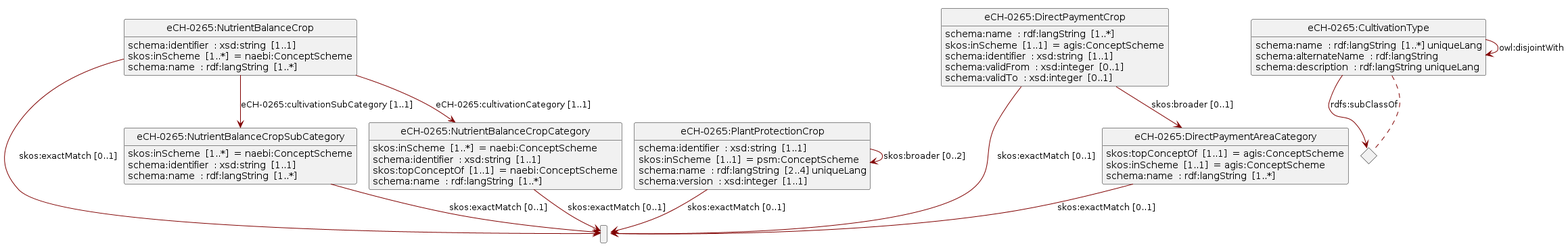
The PlantUML diagram assets/img/uml.png in blw-ofag-ufag/eCH-0265, before a commit. Source of this version:
```plantuml
@startuml
!pragma layout smetana
set namespaceSeparator none
skinparam classFontSize 14
!define LIGHTORANGE
!pragma svgSize <U+1F610> XX
skinparam componentStyle uml2
skinparam wrapMessageWidth 100
skinparam ArrowColor #Maroon
set namespaceSeparator none
Class 7ee7f0170ec778b89d3f421e66439802 as " "
Class "eCH-0265:NutrientBalanceCropSubCategory"
"eCH-0265:NutrientBalanceCropSubCategory" : skos:inScheme  [1..*]  = naebi:ConceptScheme
"eCH-0265:NutrientBalanceCropSubCategory" : schema:identifier  : xsd:string  [1..1]
"eCH-0265:NutrientBalanceCropSubCategory" : schema:name  : rdf:langString  [1..*]
"eCH-0265:NutrientBalanceCropSubCategory" --> "7ee7f0170ec778b89d3f421e66439802" : skos:exactMatch [0..1]
Class "eCH-0265:PlantProtectionCrop"
"eCH-0265:PlantProtectionCrop" : schema:identifier  : xsd:string  [1..1]
"eCH-0265:PlantProtectionCrop" : skos:inScheme  [1..1]  = psm:ConceptScheme
"eCH-0265:PlantProtectionCrop" : schema:name  : rdf:langString  [2..4] uniqueLang
"eCH-0265:PlantProtectionCrop" : schema:version  : xsd:integer  [1..1]
"eCH-0265:PlantProtectionCrop" --> "eCH-0265:PlantProtectionCrop" : skos:broader<U+00A0>[0..2]
"eCH-0265:PlantProtectionCrop" --> "7ee7f0170ec778b89d3f421e66439802" : skos:exactMatch [0..1]
Class "eCH-0265:NutrientBalanceCropCategory"
"eCH-0265:NutrientBalanceCropCategory" : skos:inScheme  [1..*]  = naebi:ConceptScheme
"eCH-0265:NutrientBalanceCropCategory" : schema:identifier  : xsd:string  [1..1]
"eCH-0265:NutrientBalanceCropCategory" : skos:topConceptOf  [1..1]  = naebi:ConceptScheme
"eCH-0265:NutrientBalanceCropCategory" : schema:name  : rdf:langString  [1..*]
"eCH-0265:NutrientBalanceCropCategory" --> "7ee7f0170ec778b89d3f421e66439802" : skos:exactMatch [0..1]
Class "eCH-0265:NutrientBalanceCrop"
"eCH-0265:NutrientBalanceCrop" : schema:identifier  : xsd:string  [1..1]
"eCH-0265:NutrientBalanceCrop" : skos:inScheme  [1..*]  = naebi:ConceptScheme
"eCH-0265:NutrientBalanceCrop" : schema:name  : rdf:langString  [1..*]
"eCH-0265:NutrientBalanceCrop" --> "7ee7f0170ec778b89d3f421e66439802" : skos:exactMatch [0..1]
"eCH-0265:NutrientBalanceCrop" --> "eCH-0265:NutrientBalanceCropSubCategory" : eCH-0265:cultivationSubCategory<U+00A0>[1..1]
"eCH-0265:NutrientBalanceCrop" --> "eCH-0265:NutrientBalanceCropCategory" : eCH-0265:cultivationCategory<U+00A0>[1..1]
Class "eCH-0265:DirectPaymentCrop"
"eCH-0265:DirectPaymentCrop" : schema:name  : rdf:langString  [1..*]
"eCH-0265:DirectPaymentCrop" : skos:inScheme  [1..1]  = agis:ConceptScheme
"eCH-0265:DirectPaymentCrop" : schema:identifier  : xsd:string  [1..1]
"eCH-0265:DirectPaymentCrop" : schema:validFrom  : xsd:integer  [0..1]
"eCH-0265:DirectPaymentCrop" : schema:validTo  : xsd:integer  [0..1]
"eCH-0265:DirectPaymentCrop" --> "eCH-0265:DirectPaymentAreaCategory" : skos:broader<U+00A0>[0..1]
"eCH-0265:DirectPaymentCrop" --> "7ee7f0170ec778b89d3f421e66439802" : skos:exactMatch [0..1]
Class "eCH-0265:CultivationType"
"eCH-0265:CultivationType" : schema:name  : rdf:langString  [1..*] uniqueLang
"eCH-0265:CultivationType" : schema:alternateName  : rdf:langString
"eCH-0265:CultivationType" : schema:description  : rdf:langString uniqueLang
<> diamond_CultivationType_cfbf93d40fede6296ec34bd6cbc6902f
"eCH-0265:CultivationType" --> "diamond_CultivationType_cfbf93d40fede6296ec34bd6cbc6902f" : rdfs:subClassOf
diamond_CultivationType_cfbf93d40fede6296ec34bd6cbc6902f ..  "eCH-0265:CultivationType"
"eCH-0265:CultivationType" --> "eCH-0265:CultivationType" : owl:disjointWith
Class "eCH-0265:DirectPaymentAreaCategory"
"eCH-0265:DirectPaymentAreaCategory" : skos:topConceptOf  [1..1]  = agis:ConceptScheme
"eCH-0265:DirectPaymentAreaCategory" : skos:inScheme  [1..1]  = agis:ConceptScheme
"eCH-0265:DirectPaymentAreaCategory" : schema:name  : rdf:langString  [1..*]
"eCH-0265:DirectPaymentAreaCategory" --> "7ee7f0170ec778b89d3f421e66439802" : skos:exactMatch [0..1]
hide circle
hide empty members
remove @unlinked
@enduml
```
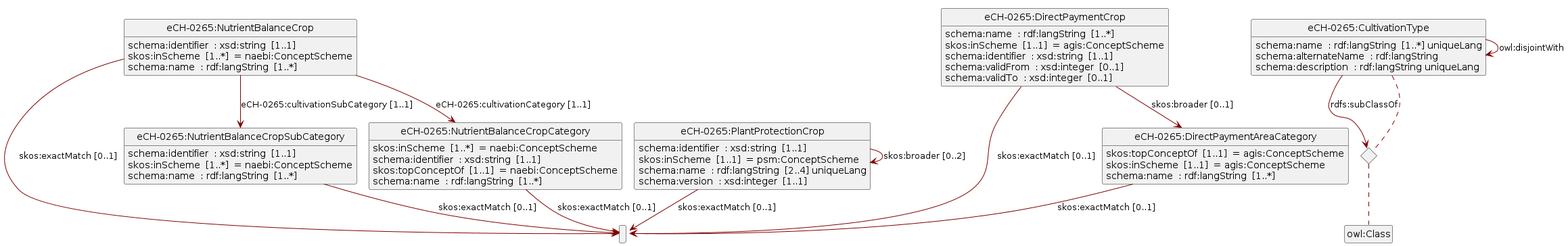
Above is the later version.

What changed in the source:
```diff
@@ -8,30 +8,30 @@
 skinparam wrapMessageWidth 100
 skinparam ArrowColor #Maroon
 set namespaceSeparator none
-Class 7ee7f0170ec778b89d3f421e66439802 as " "
+Class e46d72cff1c13dc3fcd14463f930e110 as " "
 Class "eCH-0265:NutrientBalanceCropSubCategory"
+"eCH-0265:NutrientBalanceCropSubCategory" : schema:identifier  : xsd:string  [1..1]
 "eCH-0265:NutrientBalanceCropSubCategory" : skos:inScheme  [1..*]  = naebi:ConceptScheme
-"eCH-0265:NutrientBalanceCropSubCategory" : schema:identifier  : xsd:string  [1..1]
 "eCH-0265:NutrientBalanceCropSubCategory" : schema:name  : rdf:langString  [1..*]
-"eCH-0265:NutrientBalanceCropSubCategory" --> "7ee7f0170ec778b89d3f421e66439802" : skos:exactMatch [0..1]
+"eCH-0265:NutrientBalanceCropSubCategory" --> "e46d72cff1c13dc3fcd14463f930e110" : skos:exactMatch [0..1]
 Class "eCH-0265:PlantProtectionCrop"
 "eCH-0265:PlantProtectionCrop" : schema:identifier  : xsd:string  [1..1]
 "eCH-0265:PlantProtectionCrop" : skos:inScheme  [1..1]  = psm:ConceptScheme
 "eCH-0265:PlantProtectionCrop" : schema:name  : rdf:langString  [2..4] uniqueLang
 "eCH-0265:PlantProtectionCrop" : schema:version  : xsd:integer  [1..1]
 "eCH-0265:PlantProtectionCrop" --> "eCH-0265:PlantProtectionCrop" : skos:broader<U+00A0>[0..2]
-"eCH-0265:PlantProtectionCrop" --> "7ee7f0170ec778b89d3f421e66439802" : skos:exactMatch [0..1]
+"eCH-0265:PlantProtectionCrop" --> "e46d72cff1c13dc3fcd14463f930e110" : skos:exactMatch [0..1]
 Class "eCH-0265:NutrientBalanceCropCategory"
 "eCH-0265:NutrientBalanceCropCategory" : skos:inScheme  [1..*]  = naebi:ConceptScheme
 "eCH-0265:NutrientBalanceCropCategory" : schema:identifier  : xsd:string  [1..1]
 "eCH-0265:NutrientBalanceCropCategory" : skos:topConceptOf  [1..1]  = naebi:ConceptScheme
 "eCH-0265:NutrientBalanceCropCategory" : schema:name  : rdf:langString  [1..*]
-"eCH-0265:NutrientBalanceCropCategory" --> "7ee7f0170ec778b89d3f421e66439802" : skos:exactMatch [0..1]
+"eCH-0265:NutrientBalanceCropCategory" --> "e46d72cff1c13dc3fcd14463f930e110" : skos:exactMatch [0..1]
 Class "eCH-0265:NutrientBalanceCrop"
 "eCH-0265:NutrientBalanceCrop" : schema:identifier  : xsd:string  [1..1]
 "eCH-0265:NutrientBalanceCrop" : skos:inScheme  [1..*]  = naebi:ConceptScheme
 "eCH-0265:NutrientBalanceCrop" : schema:name  : rdf:langString  [1..*]
-"eCH-0265:NutrientBalanceCrop" --> "7ee7f0170ec778b89d3f421e66439802" : skos:exactMatch [0..1]
+"eCH-0265:NutrientBalanceCrop" --> "e46d72cff1c13dc3fcd14463f930e110" : skos:exactMatch [0..1]
 "eCH-0265:NutrientBalanceCrop" --> "eCH-0265:NutrientBalanceCropSubCategory" : eCH-0265:cultivationSubCategory<U+00A0>[1..1]
 "eCH-0265:NutrientBalanceCrop" --> "eCH-0265:NutrientBalanceCropCategory" : eCH-0265:cultivationCategory<U+00A0>[1..1]
 Class "eCH-0265:DirectPaymentCrop"
@@ -41,20 +41,21 @@
 "eCH-0265:DirectPaymentCrop" : schema:validFrom  : xsd:integer  [0..1]
 "eCH-0265:DirectPaymentCrop" : schema:validTo  : xsd:integer  [0..1]
 "eCH-0265:DirectPaymentCrop" --> "eCH-0265:DirectPaymentAreaCategory" : skos:broader<U+00A0>[0..1]
-"eCH-0265:DirectPaymentCrop" --> "7ee7f0170ec778b89d3f421e66439802" : skos:exactMatch [0..1]
+"eCH-0265:DirectPaymentCrop" --> "e46d72cff1c13dc3fcd14463f930e110" : skos:exactMatch [0..1]
 Class "eCH-0265:CultivationType"
 "eCH-0265:CultivationType" : schema:name  : rdf:langString  [1..*] uniqueLang
 "eCH-0265:CultivationType" : schema:alternateName  : rdf:langString
 "eCH-0265:CultivationType" : schema:description  : rdf:langString uniqueLang
-<> diamond_CultivationType_cfbf93d40fede6296ec34bd6cbc6902f
-"eCH-0265:CultivationType" --> "diamond_CultivationType_cfbf93d40fede6296ec34bd6cbc6902f" : rdfs:subClassOf
-diamond_CultivationType_cfbf93d40fede6296ec34bd6cbc6902f ..  "eCH-0265:CultivationType"
+<> diamond_CultivationType_c96645ef72a3b4b165697c51fa47b37a
+"eCH-0265:CultivationType" --> "diamond_CultivationType_c96645ef72a3b4b165697c51fa47b37a" : rdfs:subClassOf
+diamond_CultivationType_c96645ef72a3b4b165697c51fa47b37a ..  "eCH-0265:CultivationType"
+diamond_CultivationType_c96645ef72a3b4b165697c51fa47b37a ..  "owl:Class"
 "eCH-0265:CultivationType" --> "eCH-0265:CultivationType" : owl:disjointWith
 Class "eCH-0265:DirectPaymentAreaCategory"
 "eCH-0265:DirectPaymentAreaCategory" : skos:topConceptOf  [1..1]  = agis:ConceptScheme
 "eCH-0265:DirectPaymentAreaCategory" : skos:inScheme  [1..1]  = agis:ConceptScheme
 "eCH-0265:DirectPaymentAreaCategory" : schema:name  : rdf:langString  [1..*]
-"eCH-0265:DirectPaymentAreaCategory" --> "7ee7f0170ec778b89d3f421e66439802" : skos:exactMatch [0..1]
+"eCH-0265:DirectPaymentAreaCategory" --> "e46d72cff1c13dc3fcd14463f930e110" : skos:exactMatch [0..1]
 hide circle
 hide empty members
 remove @unlinked
```
